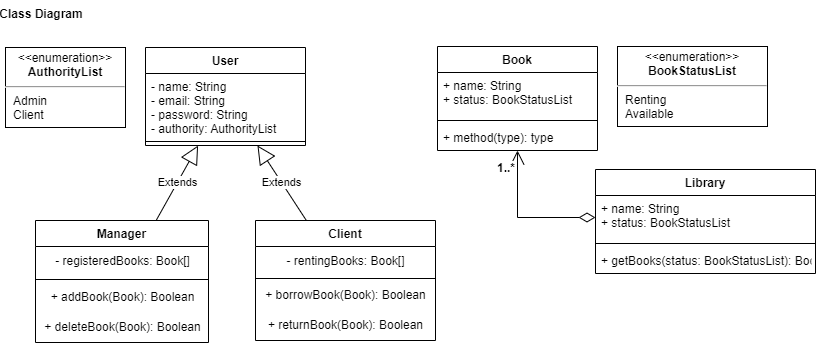
The draw.io diagram image/Usercase-Class Diagram.drawio.png in MGMCN/Team-GYUK, before a commit. Source tidied: cells renumbered, new cells last; positions are measured from the earlier drawing's top-left corner, leaving out a move shared by most shapes.
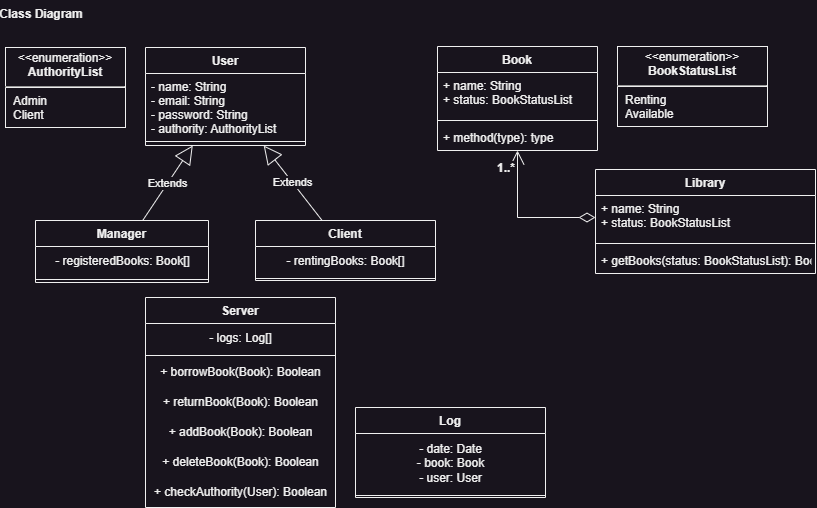
The same file after the commit.

Commit message:
#8 fix class diagram

Diff of the diagram source:
```diff
@@ -46,7 +46,7 @@
       <mxGeometry x="4" y="47" width="120" height="80" as="geometry" />
     </mxCell>
     <mxCell id="15" value="Manager" style="swimlane;fontStyle=1;align=center;verticalAlign=top;horizontal=1;startSize=26;" parent="1" vertex="1">
-      <mxGeometry x="34" y="220" width="173" height="122" as="geometry" />
+      <mxGeometry x="34" y="220" width="173" height="62" as="geometry" />
     </mxCell>
     <mxCell id="16" value="- registeredBooks: Book[]" style="text;html=1;align=center;verticalAlign=middle;strokeColor=none;fillColor=none;" parent="15" vertex="1">
       <mxGeometry y="26" width="173" height="30" as="geometry" />
@@ -54,14 +54,8 @@
     <mxCell id="17" style="line;strokeWidth=1;fillColor=none;align=left;verticalAlign=middle;spacingTop=-1;spacingLeft=3;spacingRight=3;labelPosition=right;strokeColor=inherit;startSize=29;" parent="15" vertex="1">
       <mxGeometry y="56" width="173" height="6" as="geometry" />
     </mxCell>
-    <mxCell id="18" value="+ addBook(Book): Boolean" style="text;html=1;align=center;verticalAlign=middle;strokeColor=none;fillColor=none;" parent="15" vertex="1">
-      <mxGeometry y="62" width="173" height="30" as="geometry" />
-    </mxCell>
-    <mxCell id="19" value="+ deleteBook(Book): Boolean" style="text;html=1;align=center;verticalAlign=middle;strokeColor=none;fillColor=none;" parent="15" vertex="1">
-      <mxGeometry y="92" width="173" height="30" as="geometry" />
-    </mxCell>
     <mxCell id="20" value="Client" style="swimlane;fontStyle=1;align=center;verticalAlign=top;horizontal=1;startSize=26;" parent="1" vertex="1">
-      <mxGeometry x="254" y="220" width="180" height="120" as="geometry" />
+      <mxGeometry x="254" y="220" width="180" height="60" as="geometry" />
     </mxCell>
     <mxCell id="21" value="- rentingBooks: Book[]" style="text;html=1;align=center;verticalAlign=middle;strokeColor=none;fillColor=none;spacing=2;" parent="20" vertex="1">
       <mxGeometry y="26" width="180" height="30" as="geometry" />
@@ -69,12 +63,6 @@
     <mxCell id="22" style="line;strokeWidth=1;fillColor=none;align=left;verticalAlign=middle;spacingTop=0;spacingLeft=0;spacingRight=3;labelPosition=right;strokeColor=inherit;startSize=29;spacingBottom=0;spacing=0;" parent="20" vertex="1">
       <mxGeometry y="56" width="180" height="4" as="geometry" />
     </mxCell>
-    <mxCell id="23" value="+ borrowBook(Book): Boolean" style="text;html=1;align=center;verticalAlign=middle;strokeColor=none;fillColor=none;spacing=3;" parent="20" vertex="1">
-      <mxGeometry y="60" width="180" height="30" as="geometry" />
-    </mxCell>
-    <mxCell id="24" value="+ returnBook(Book): Boolean" style="text;html=1;align=center;verticalAlign=middle;strokeColor=none;fillColor=none;" parent="20" vertex="1">
-      <mxGeometry y="90" width="180" height="30" as="geometry" />
-    </mxCell>
     <mxCell id="25" value="User" style="swimlane;fontStyle=1;align=center;verticalAlign=top;horizontal=1;startSize=26;" parent="1" vertex="1">
       <mxGeometry x="144" y="47" width="160" height="98" as="geometry" />
     </mxCell>
@@ -87,5 +75,38 @@
     <mxCell id="28" value="Class Diagram" style="text;align=center;fontStyle=1;verticalAlign=middle;spacingLeft=3;spacingRight=3;strokeColor=none;fontSize=12;startSize=29;" parent="1" vertex="1">
       <mxGeometry width="80" height="26" as="geometry" />
     </mxCell>
+    <mxCell id="29" value="Server" style="swimlane;fontStyle=1;align=center;verticalAlign=top;horizontal=1;startSize=26;" parent="1" vertex="1">
+      <mxGeometry x="144" y="297" width="190" height="210" as="geometry" />
+    </mxCell>
+    <mxCell id="30" value="- logs: Log[]" style="text;html=1;align=center;verticalAlign=middle;strokeColor=none;fillColor=none;spacing=2;" parent="29" vertex="1">
+      <mxGeometry y="26" width="190" height="30" as="geometry" />
+    </mxCell>
+    <mxCell id="31" style="line;strokeWidth=1;fillColor=none;align=left;verticalAlign=middle;spacingTop=0;spacingLeft=0;spacingRight=3;labelPosition=right;strokeColor=inherit;startSize=29;spacingBottom=0;spacing=0;" parent="29" vertex="1">
+      <mxGeometry y="56" width="190" height="4" as="geometry" />
+    </mxCell>
+    <mxCell id="23" value="+ borrowBook(Book): Boolean" style="text;html=1;align=center;verticalAlign=middle;strokeColor=none;fillColor=none;spacing=3;" parent="29" vertex="1">
+      <mxGeometry y="60" width="190" height="30" as="geometry" />
+    </mxCell>
+    <mxCell id="24" value="+ returnBook(Book): Boolean" style="text;html=1;align=center;verticalAlign=middle;strokeColor=none;fillColor=none;" parent="29" vertex="1">
+      <mxGeometry y="90" width="190" height="30" as="geometry" />
+    </mxCell>
+    <mxCell id="18" value="+ addBook(Book): Boolean" style="text;html=1;align=center;verticalAlign=middle;strokeColor=none;fillColor=none;" parent="29" vertex="1">
+      <mxGeometry y="120" width="190" height="30" as="geometry" />
+    </mxCell>
+    <mxCell id="19" value="+ deleteBook(Book): Boolean" style="text;html=1;align=center;verticalAlign=middle;strokeColor=none;fillColor=none;" parent="29" vertex="1">
+      <mxGeometry y="150" width="190" height="30" as="geometry" />
+    </mxCell>
+    <mxCell id="32" value="+ checkAuthority(User): Boolean" style="text;html=1;align=center;verticalAlign=middle;strokeColor=none;fillColor=none;" parent="29" vertex="1">
+      <mxGeometry y="180" width="190" height="30" as="geometry" />
+    </mxCell>
+    <mxCell id="33" value="Log" style="swimlane;fontStyle=1;align=center;verticalAlign=top;horizontal=1;startSize=26;" parent="1" vertex="1">
+      <mxGeometry x="354" y="407" width="190" height="90" as="geometry" />
+    </mxCell>
+    <mxCell id="34" value="&lt;div&gt;- date: Date&lt;/div&gt;&lt;div&gt;- book: Book&lt;/div&gt;&lt;div&gt;- user: User&lt;/div&gt;" style="text;html=1;align=center;verticalAlign=middle;strokeColor=none;fillColor=none;spacing=2;" parent="33" vertex="1">
+      <mxGeometry y="26" width="190" height="60" as="geometry" />
+    </mxCell>
+    <mxCell id="35" style="line;strokeWidth=1;fillColor=none;align=left;verticalAlign=middle;spacingTop=0;spacingLeft=0;spacingRight=3;labelPosition=right;strokeColor=inherit;startSize=29;spacingBottom=0;spacing=0;" parent="33" vertex="1">
+      <mxGeometry y="86" width="190" height="4" as="geometry" />
+    </mxCell>
   </root>
 </mxGraphModel>
```
